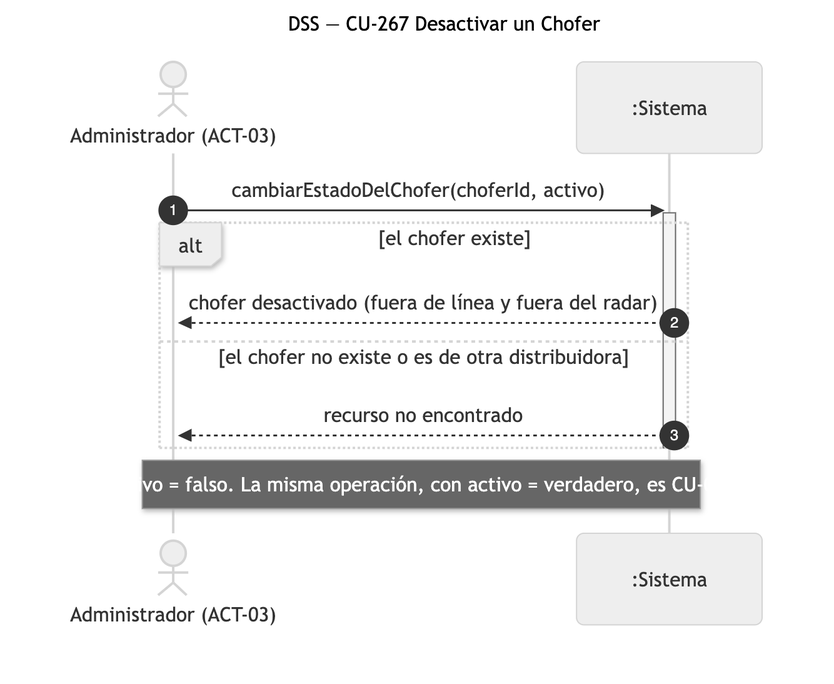
Above: diagramas/png/DSS_CU-267_Desactivar-un-Chofer.png in Nahuelito-Dev/splg-docs (Mermaid), before the change. Its source is kept beside it as diagramas/DSS_CU-267_Desactivar-un-Chofer.mmd.
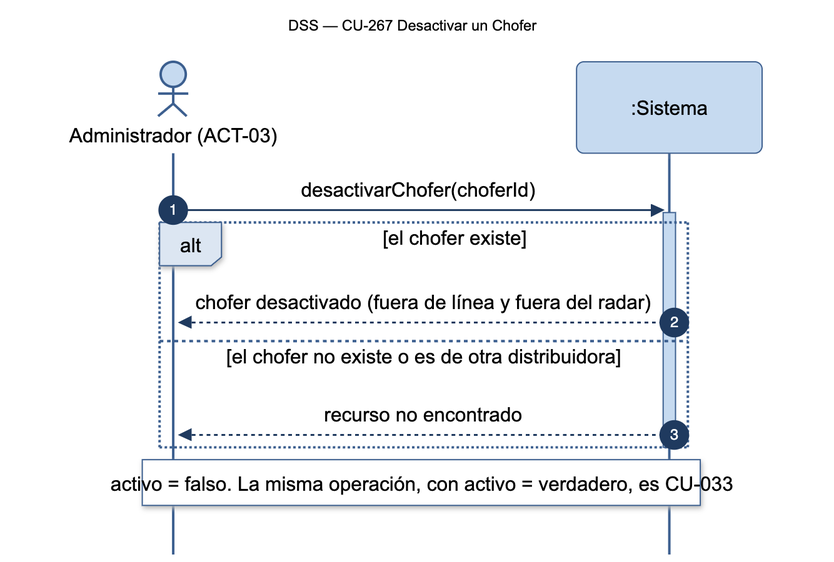
After the commit.

The edit, as a diff of the source:
```diff
@@ -4,7 +4,7 @@
     actor ADM as Administrador (ACT-03)
     participant SIS as :Sistema
 
-    ADM->>SIS: cambiarEstadoDelChofer(choferId, activo)
+    ADM->>SIS: desactivarChofer(choferId)
     activate SIS
     alt el chofer existe
         SIS-->>ADM: chofer desactivado (fuera de línea y fuera del radar)
```
